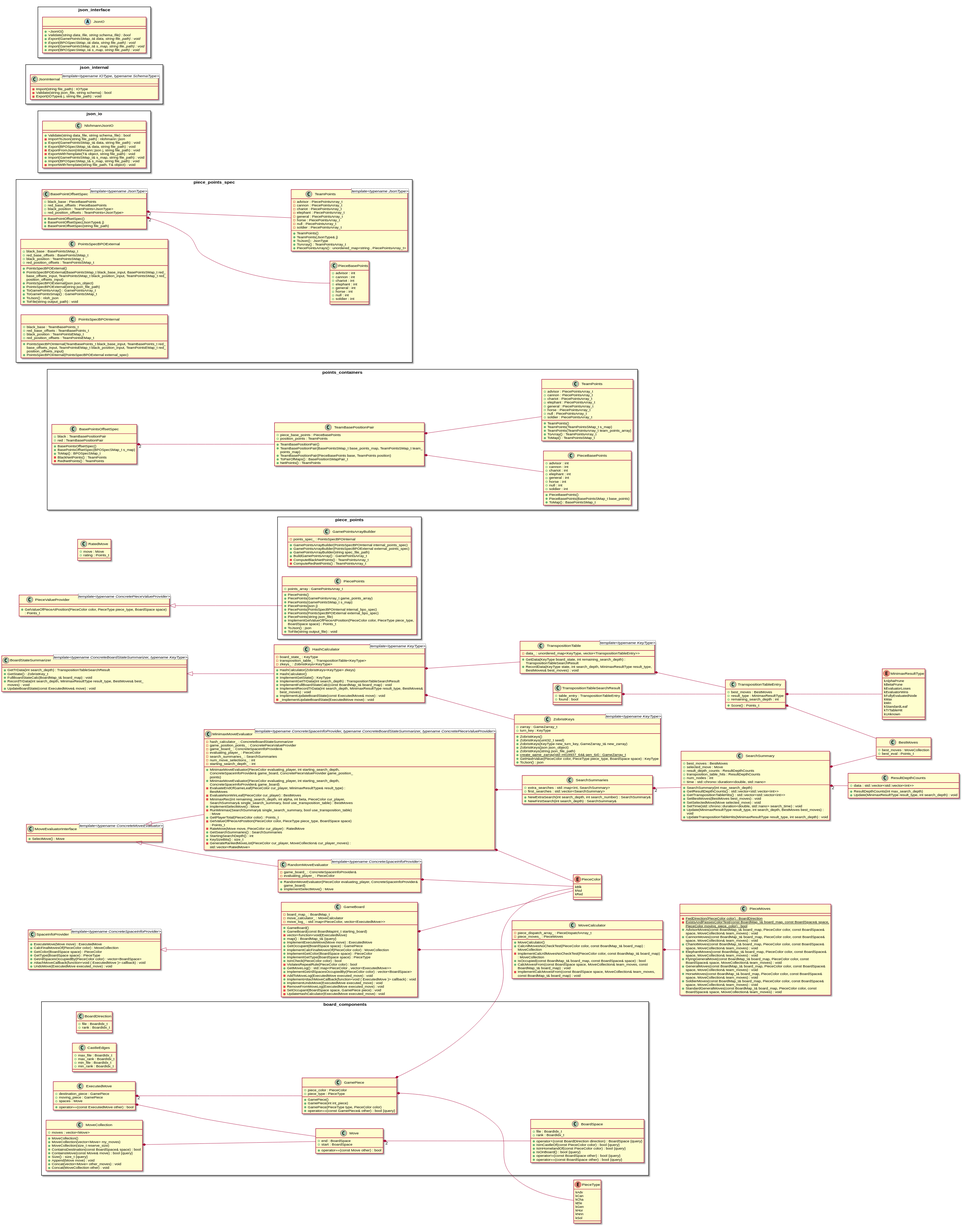
Above: docs/plantuml/output.svg in duanegoodner/xiangqigame (PlantUML), before the change.
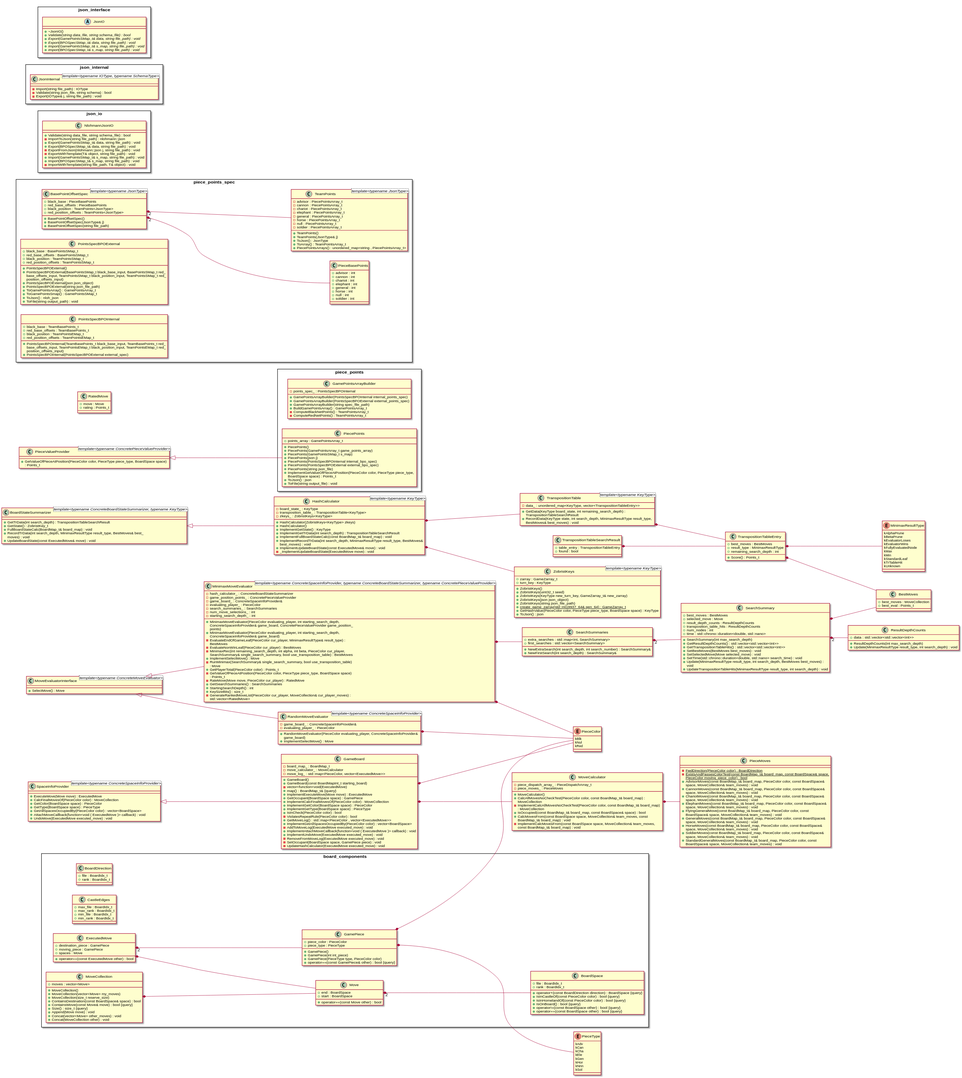
Above is the later version.

Commit message:
remove points_containers; unused and responsibilities all covered by piece_points_spec

The edit, as a diff of the source:
```diff
@@ -4,6 +4,7 @@
 skinparam wrapWidth 500
 left to right direction
 scale 0.75
+
 
 
 
@@ -253,59 +254,6 @@
 }
 
 
-namespace points_containers {
-	class BasePointsOffsetSpec {
-		+BasePointsOffsetSpec()
-		+BasePointsOffsetSpec(BPOSpecSMap_t s_map)
-		+ToMap() : BPOSpecSMap_t
-		+black : TeamBasePositionPair
-		+red : TeamBasePositionPair
-		-BlackNetPoints() : TeamPoints
-		-RedNetPoints() : TeamPoints
-	}
-
-	class PieceBasePoints {
-		+PieceBasePoints()
-		+PieceBasePoints(BasePointsSMap_t base_points)
-		+ToMap() : BasePointsSMap_t
-		+advisor : int
-		+cannon : int
-		+chariot : int
-		+elephant : int
-		+general : int
-		+horse : int
-		+null : int
-		+soldier : int
-	}
-
-	class TeamBasePositionPair {
-		+TeamBasePositionPair()
-		+TeamBasePositionPair(BasePointsSMap_t base_points_map, TeamPointsSMap_t team_points_map)
-		+TeamBasePositionPair(PieceBasePoints base, TeamPoints position)
-		+ToPairOfMaps() : BasePositionSMapPair_t
-		+piece_base_points : PieceBasePoints
-		+NetPoints() : TeamPoints
-		+position_points : TeamPoints
-	}
-
-	class TeamPoints {
-		+TeamPoints()
-		+TeamPoints(TeamPointsSMap_t s_map)
-		+TeamPoints(TeamPointsArray_t team_points_array)
-		+advisor : PiecePointsArray_t
-		+cannon : PiecePointsArray_t
-		+chariot : PiecePointsArray_t
-		+elephant : PiecePointsArray_t
-		+general : PiecePointsArray_t
-		+horse : PiecePointsArray_t
-		+null : PiecePointsArray_t
-		+soldier : PiecePointsArray_t
-		+ToArray() : TeamPointsArray_t
-		+ToMap() : TeamPointsSMap_t
-	}
-}
-
-
 namespace piece_points_spec {
 	class BasePointOffsetSpec <template<typename JsonType>> {
 		+BasePointOffsetSpec()
@@ -523,9 +471,6 @@
 piece_points_spec.BasePointOffsetSpec "2" *-- piece_points_spec.TeamPoints
 
 
-points_containers.BasePointsOffsetSpec "2" *-- points_containers.TeamBasePositionPair
-
-
 board_components.ExecutedMove "2" *-- board_components.GamePiece
 
 
@@ -577,12 +522,6 @@
 SearchSummary "2" *-- ResultDepthCounts
 
 
-points_containers.TeamBasePositionPair *-- points_containers.PieceBasePoints
-
-
-points_containers.TeamBasePositionPair *-- points_containers.TeamPoints
-
-
 TranspositionTable *-- TranspositionTableEntry
 
 
```
